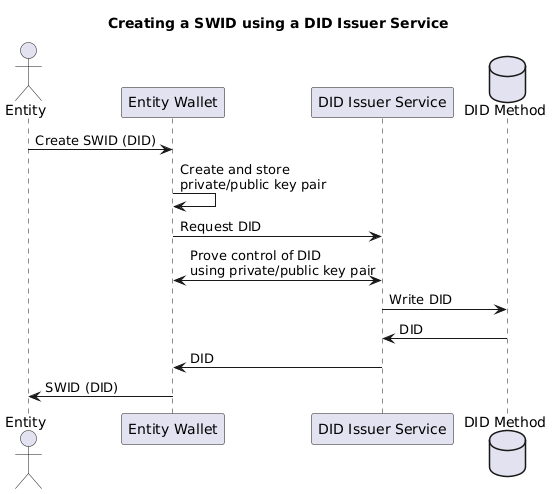
Above: spec/images/creating-a-swid-using-a-did-issuer-service.png in metanorma/swf-did-swid-spec (PlantUML), before the change.
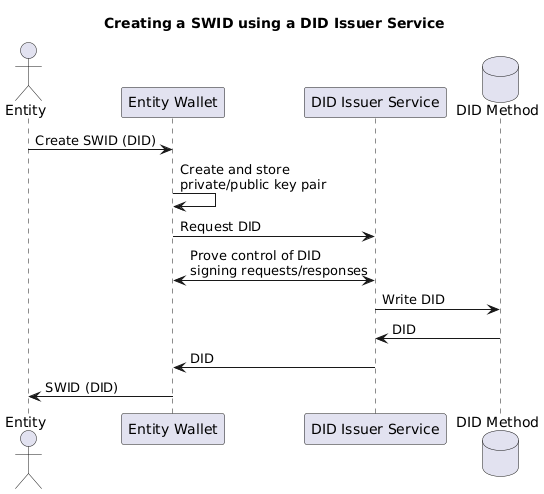
Above is the later version.

Commit message:
Improve diagrams

Diff of the diagram source:
```diff
@@ -9,7 +9,7 @@
 E -> EW : Create SWID (DID)
 EW -> EW : Create and store\nprivate/public key pair
 EW -> DI : Request DID
-DI <-> EW : Prove control of DID\nusing private/public key pair
+DI <-> EW : Prove control of DID\nsigning requests/responses
 DI -> DM : Write DID
 DM -> DI : DID
 DI -> EW : DID
```
